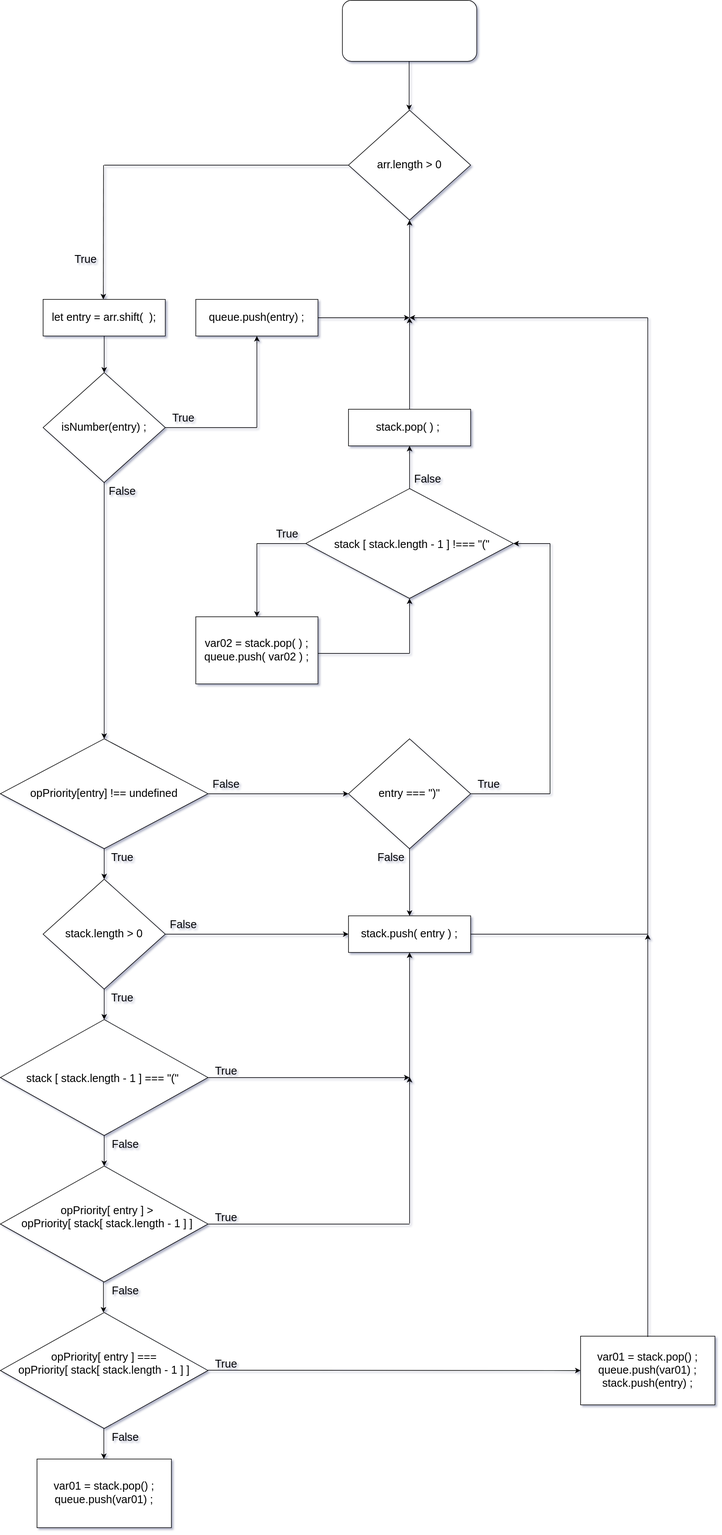
Above: Untitled Diagram.drawio.svg in jcgm3205/jcgm3205 (draw.io), before the change. Source tidied: cells renumbered, new cells last; positions are measured from the earlier drawing's top-left corner, leaving out a move shared by most shapes.
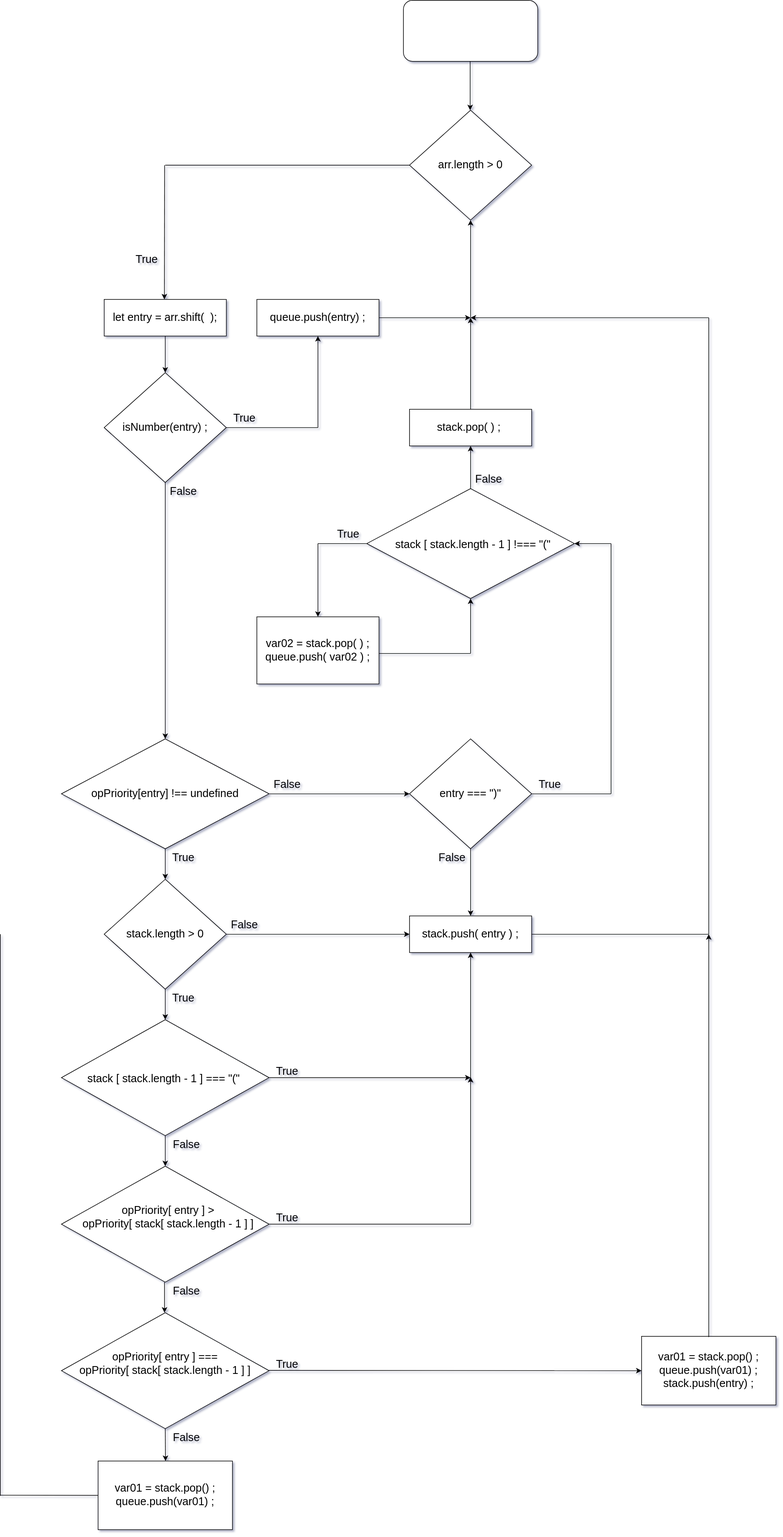
The same file after the commit.

The edit, as a diff of the source:
```diff
@@ -296,10 +296,9 @@
     <mxCell id="73" value="opPriority[ entry ] ===&lt;br&gt;opPriority[ stack[ stack.length - 1 ] ]&lt;br&gt;&amp;nbsp;" style="text;html=1;strokeColor=none;fillColor=none;align=center;verticalAlign=middle;whiteSpace=wrap;rounded=0;fontSize=18;" parent="1" vertex="1">
       <mxGeometry x="25" y="2150" width="290" height="190" as="geometry" />
     </mxCell>
-    <mxCell id="74" style="endArrow=classic;html=1;rounded=0;fontSize=18;exitX=0.5;exitY=1;exitDx=0;exitDy=0;" parent="1" edge="1">
+    <mxCell id="74" style="endArrow=classic;html=1;rounded=0;fontSize=18;exitX=0;exitY=0;exitDx=0;exitDy=0;" parent="1" edge="1" source="75">
       <mxGeometry relative="1" as="geometry">
-        <mxPoint x="169.4" y="2340" as="sourcePoint" />
-        <mxPoint x="169.4" y="2390" as="targetPoint" />
+        <mxPoint x="170.4" y="2393" as="targetPoint" />
       </mxGeometry>
     </mxCell>
     <mxCell id="75" value="False" style="text;html=1;strokeColor=none;fillColor=none;align=center;verticalAlign=middle;whiteSpace=wrap;rounded=0;fontSize=18;" parent="1" vertex="1">
@@ -332,11 +331,19 @@
     <mxCell id="82" value="True" style="text;html=1;strokeColor=none;fillColor=none;align=center;verticalAlign=middle;whiteSpace=wrap;rounded=0;fontSize=18;" parent="1" vertex="1">
       <mxGeometry x="340" y="2220" width="60" height="30" as="geometry" />
     </mxCell>
-    <mxCell id="83" style="rounded=0;whiteSpace=wrap;html=1;fontSize=18;strokeWidth=1;" parent="1" vertex="1">
-      <mxGeometry x="110" y="2390" width="120" height="60" as="geometry" />
-    </mxCell>
     <mxCell id="84" value="var01 = stack.pop() ;&lt;br&gt;queue.push(var01) ;" style="rounded=0;whiteSpace=wrap;html=1;fontSize=18;strokeWidth=1;" parent="1" vertex="1">
-      <mxGeometry x="60" y="2390" width="220" height="112.5" as="geometry" />
+      <mxGeometry x="60" y="2393" width="220" height="112.5" as="geometry" />
     </mxCell>
+    <mxCell id="85" style="endArrow=none;html=1;rounded=0;fontSize=18;" parent="1" edge="1">
+      <mxGeometry relative="1" as="geometry">
+        <mxPoint x="-100" y="2450" as="sourcePoint" />
+        <mxPoint x="-100" y="1530" as="targetPoint" />
+      </mxGeometry>
+    </mxCell>
+    <mxCell id="86" style="endArrow=none;html=1;rounded=0;fontSize=18;exitX=0;exitY=0.5;exitDx=0;exitDy=0;" parent="1" edge="1" source="84">
+      <mxGeometry relative="1" as="geometry">
+        <mxPoint x="-100" y="2449" as="targetPoint" />
+      </mxGeometry>
+    </mxCell>
   </root>
 </mxGraphModel>
```
